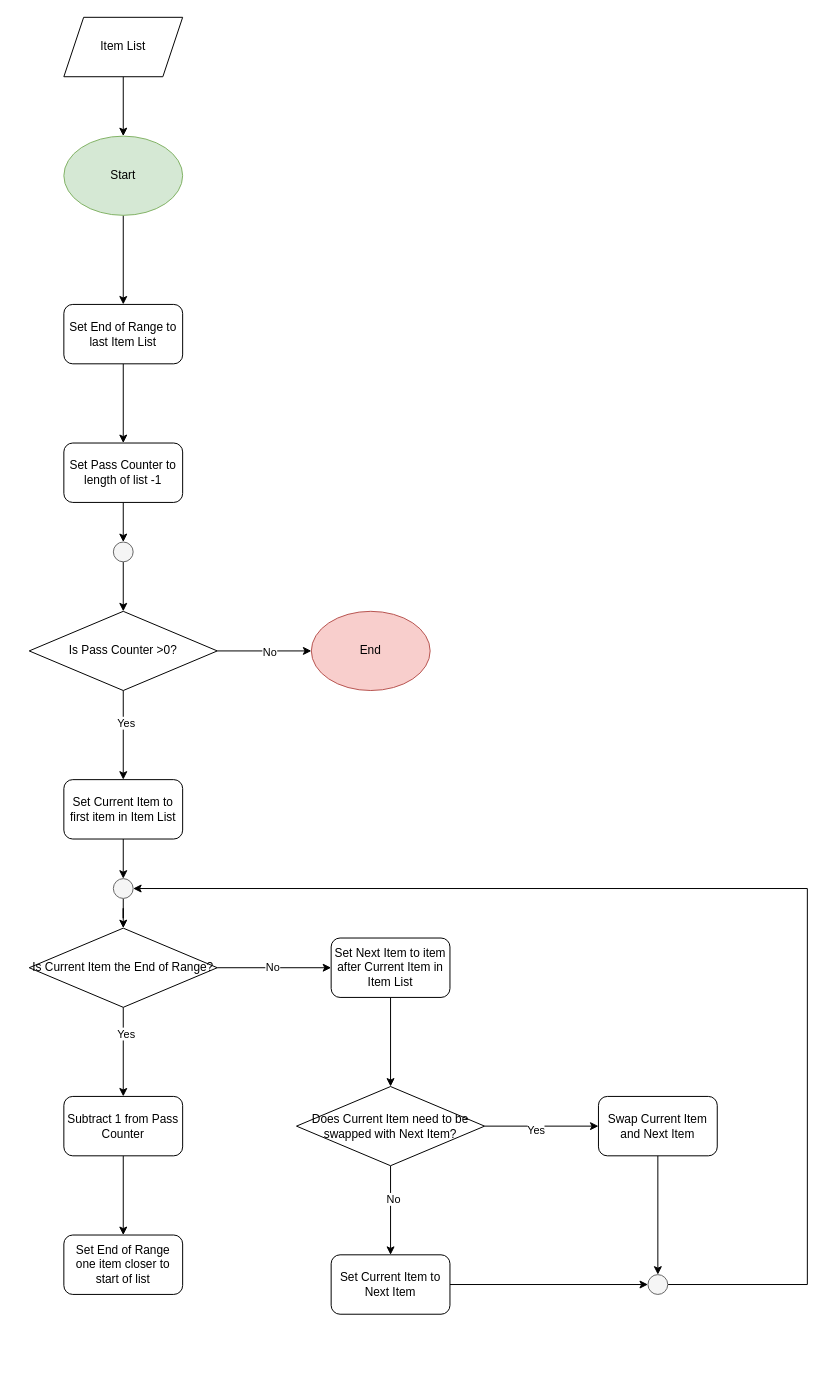
matkiai/me_and_myself keeps this draw.io diagram as Bubble Sort Process Diagram.drawio. Above is the earlier version. Source tidied: cells renumbered, new cells numbered last; positions are measured from the earlier drawing's top-left corner, leaving out a move shared by most shapes. Both pictures are drawn from the tidied source at 99%, with x=0, y=0 at pixel (29, 17).
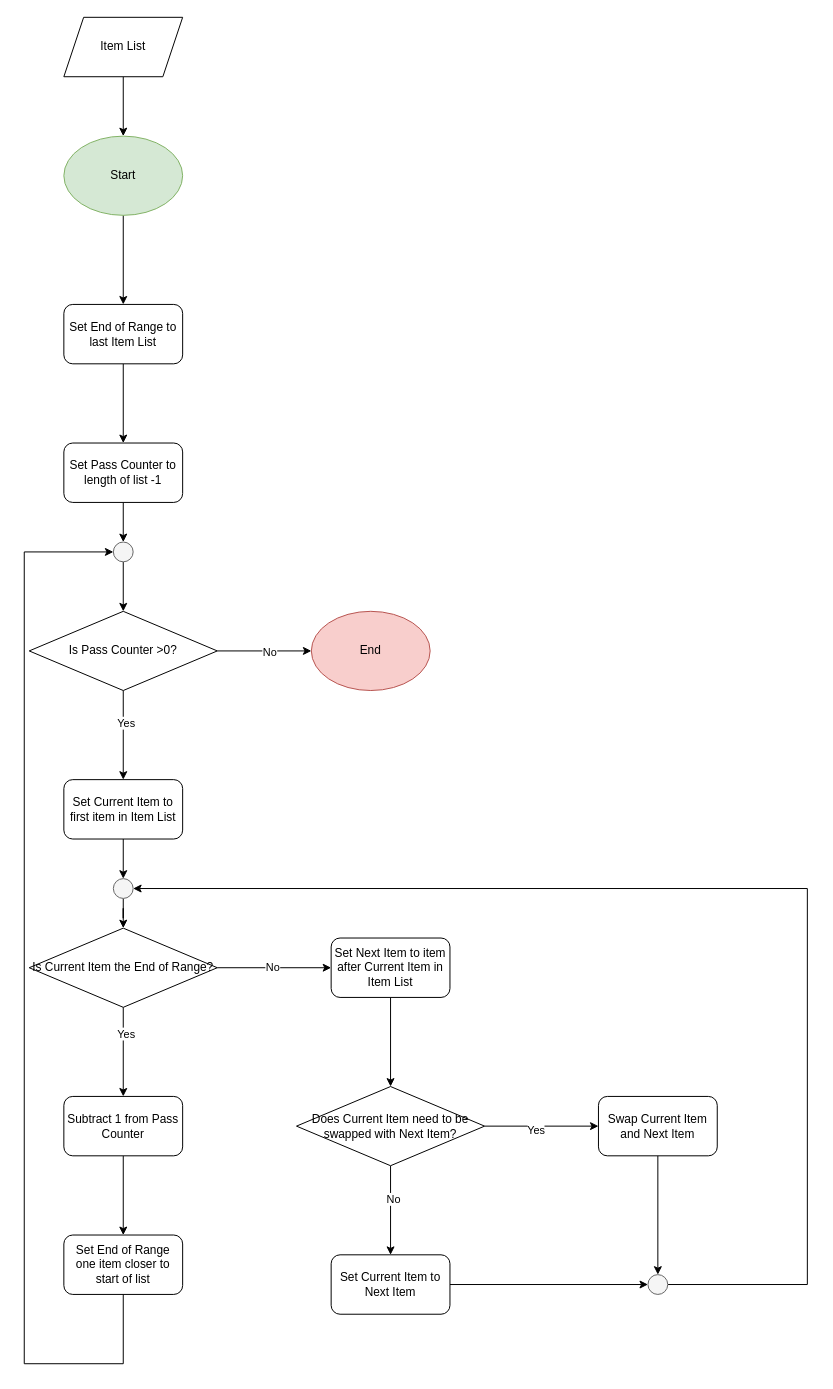
The same diagram, later.

Unchanged cells that the change refers to:
```xml
<mxCell id="11" style="ellipse;whiteSpace=wrap;html=1;fillColor=#f5f5f5;fontColor=#333333;strokeColor=#666666;" parent="1" vertex="1">
  <mxGeometry x="85" y="530" width="20" height="20" as="geometry" />
</mxCell>
<mxCell id="31" value="Set End of Range one item closer to start of list" style="rounded=1;whiteSpace=wrap;html=1;" parent="1" vertex="1">
  <mxGeometry x="35" y="1230" width="120" height="60" as="geometry" />
</mxCell>
```

Change to the diagram source:
```diff
@@
+    <mxCell id="43" style="endArrow=classic;html=1;rounded=0;exitX=0.5;exitY=1;exitDx=0;exitDy=0;entryX=0;entryY=0.5;entryDx=0;entryDy=0;" parent="1" edge="1" source="31" target="11">
+      <mxGeometry relative="1" as="geometry">
+        <Array as="points">
+          <mxPoint x="95" y="1360" />
+          <mxPoint x="-5" y="1360" />
+          <mxPoint x="-5" y="540" />
+        </Array>
+      </mxGeometry>
+    </mxCell>
```
